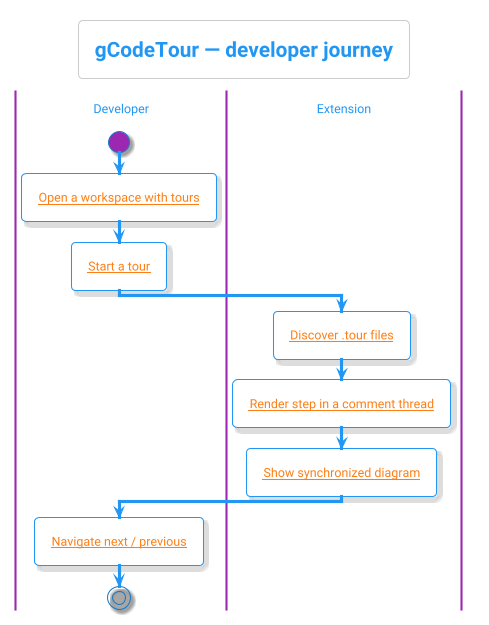
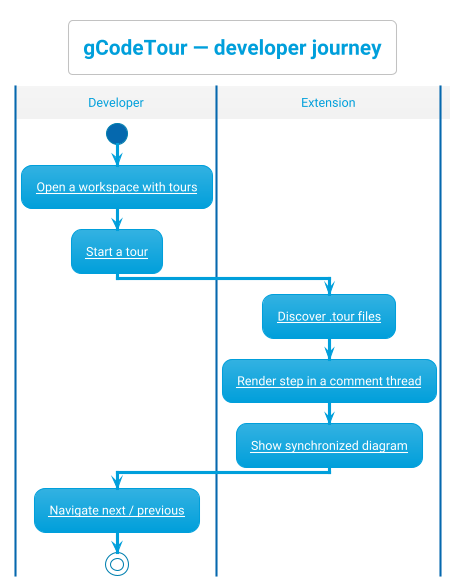
@startuml
' Developer-journey activity swim lane. Lane declared before start; nodes use the
' label-only link form (see schema.md). Render: skills/gcodetour-author/scripts/render-diagrams.sh
- !theme materia-outline
+ !theme bluegray
' Opaque background so the diagram reads on any VS Code editor theme (the panel
' background follows the reader's theme; C4 diagrams bake this automatically).
skinparam backgroundColor #FFFFFF
' Roboto is installed into the renderer image and embedded into the SVG.
skinparam defaultFontName Roboto

title gCodeTour — developer journey

|Developer|
start
:[[ct://el/open Open a workspace with tours]];
:[[ct://el/start Start a tour]];
|Extension|
:[[ct://el/discover Discover .tour files]];
:[[ct://el/render Render step in a comment thread]];
:[[ct://el/diagramstep Show synchronized diagram]];
|Developer|
:[[ct://el/navigate Navigate next / previous]];
stop

@enduml
